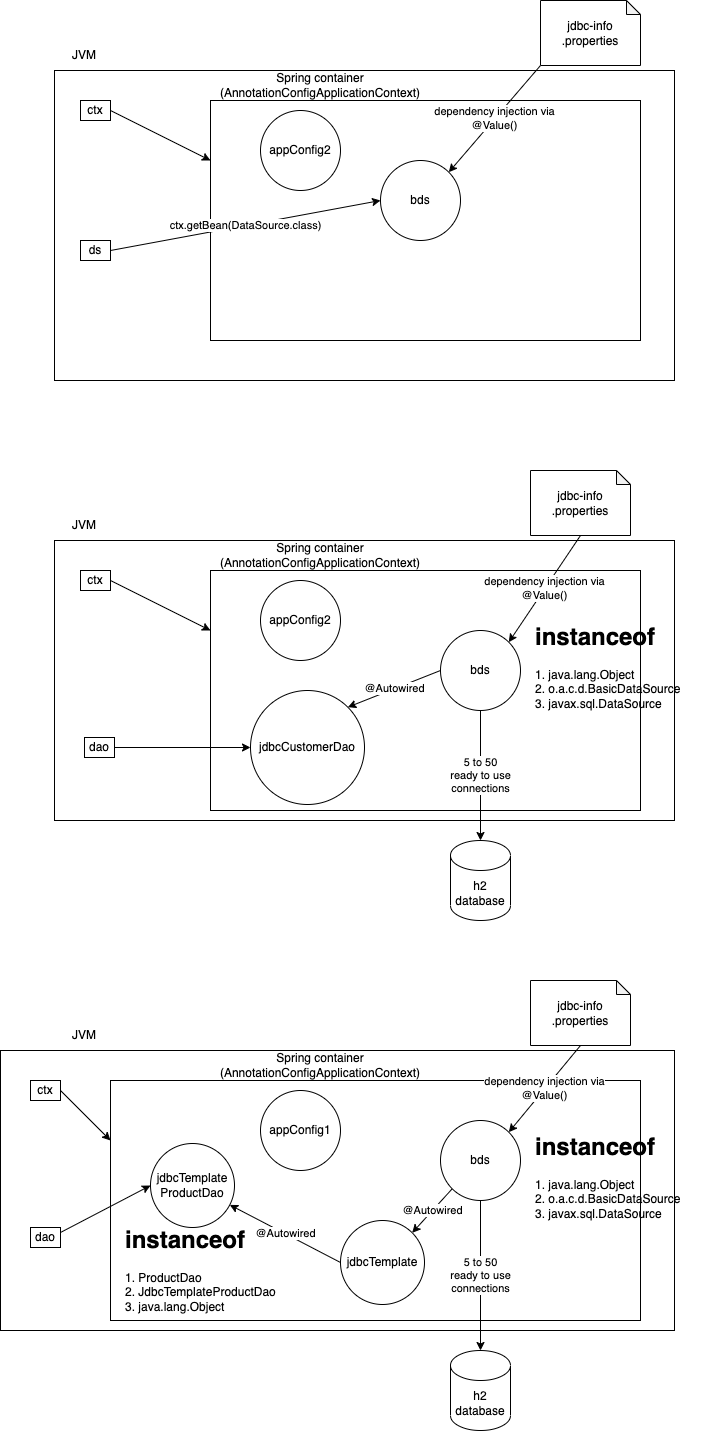
Before: day-18/spring-container.dio.png, a diagram exported from draw.io (vinod-kayartaya/TARGET-APR-2023-BATCH-1). Source tidied: cells renumbered, new cells last; positions are measured from the earlier drawing's top-left corner, leaving out a move shared by most shapes.
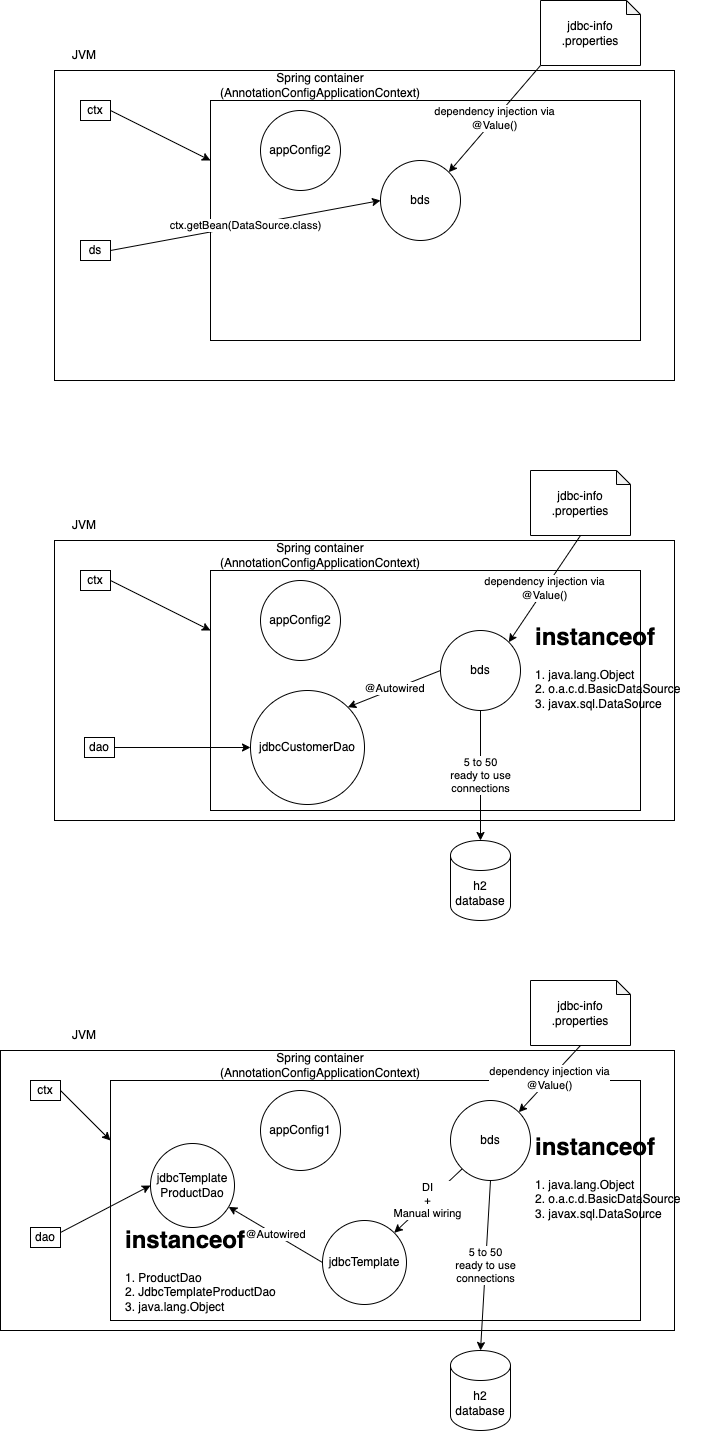
Above is the later version.

Diff of the diagram source:
```diff
@@ -110,14 +110,14 @@
     <mxCell id="37" value="appConfig1" style="ellipse;whiteSpace=wrap;html=1;" parent="1" vertex="1">
       <mxGeometry x="260" y="1090" width="80" height="80" as="geometry" />
     </mxCell>
-    <mxCell id="38" value="@Autowired" style="edgeStyle=none;html=1;exitX=0;exitY=1;exitDx=0;exitDy=0;entryX=1;entryY=0;entryDx=0;entryDy=0;" parent="1" edge="1" source="40" target="44">
+    <mxCell id="38" value="DI&lt;br&gt;+&lt;br&gt;Manual wiring" style="edgeStyle=none;html=1;exitX=0;exitY=1;exitDx=0;exitDy=0;entryX=1;entryY=0;entryDx=0;entryDy=0;" parent="1" edge="1" source="40" target="44">
       <mxGeometry relative="1" as="geometry" />
     </mxCell>
     <mxCell id="39" value="5 to 50 &lt;br&gt;ready to use&lt;br&gt;connections" style="edgeStyle=none;html=1;exitX=0.5;exitY=1;exitDx=0;exitDy=0;entryX=0.5;entryY=0;entryDx=0;entryDy=0;entryPerimeter=0;" parent="1" edge="1" source="40" target="48">
       <mxGeometry relative="1" as="geometry" />
     </mxCell>
     <mxCell id="40" value="bds" style="ellipse;whiteSpace=wrap;html=1;" parent="1" vertex="1">
-      <mxGeometry x="440" y="1120" width="80" height="80" as="geometry" />
+      <mxGeometry x="450" y="1100" width="80" height="80" as="geometry" />
     </mxCell>
     <mxCell id="41" value="dependency injection via&lt;br&gt;@Value()" style="edgeStyle=none;html=1;exitX=0.5;exitY=1;exitDx=0;exitDy=0;exitPerimeter=0;entryX=1;entryY=0;entryDx=0;entryDy=0;" parent="1" edge="1" source="42" target="40">
       <mxGeometry relative="1" as="geometry" />
@@ -129,7 +129,7 @@
       <mxGeometry relative="1" as="geometry" />
     </mxCell>
     <mxCell id="44" value="jdbcTemplate" style="ellipse;whiteSpace=wrap;html=1;" parent="1" vertex="1">
-      <mxGeometry x="340" y="1220" width="84" height="84" as="geometry" />
+      <mxGeometry x="322" y="1220" width="84" height="84" as="geometry" />
     </mxCell>
     <mxCell id="45" style="edgeStyle=none;html=1;exitX=1;exitY=0.25;exitDx=0;exitDy=0;entryX=0;entryY=0.5;entryDx=0;entryDy=0;" parent="1" edge="1" source="46" target="49">
       <mxGeometry relative="1" as="geometry" />
```
